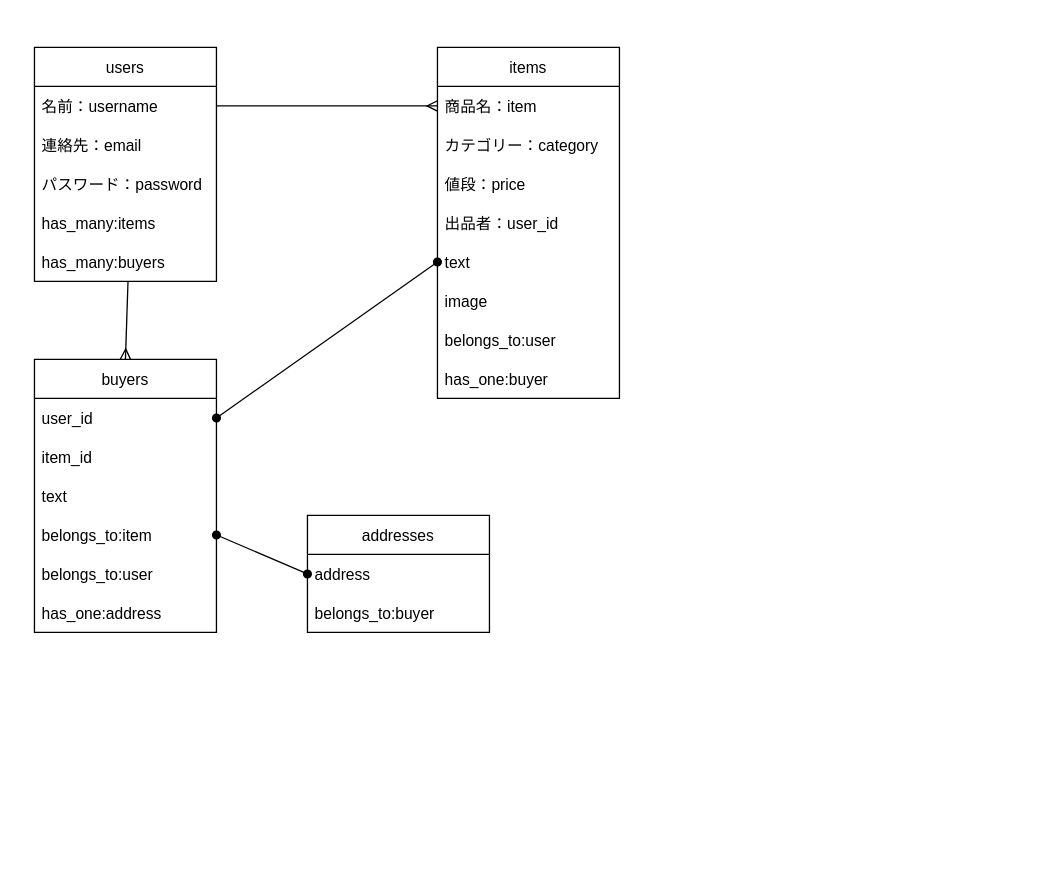
The draw.io diagram test.dio in okanobuchan555/furima-27291, before the edit. Source tidied: cells renumbered, new cells numbered last; positions are measured from the earlier drawing's top-left corner, leaving out a move shared by most shapes. Both pictures are drawn from the tidied source at 130%, with x=0, y=0 at pixel (34, 47).
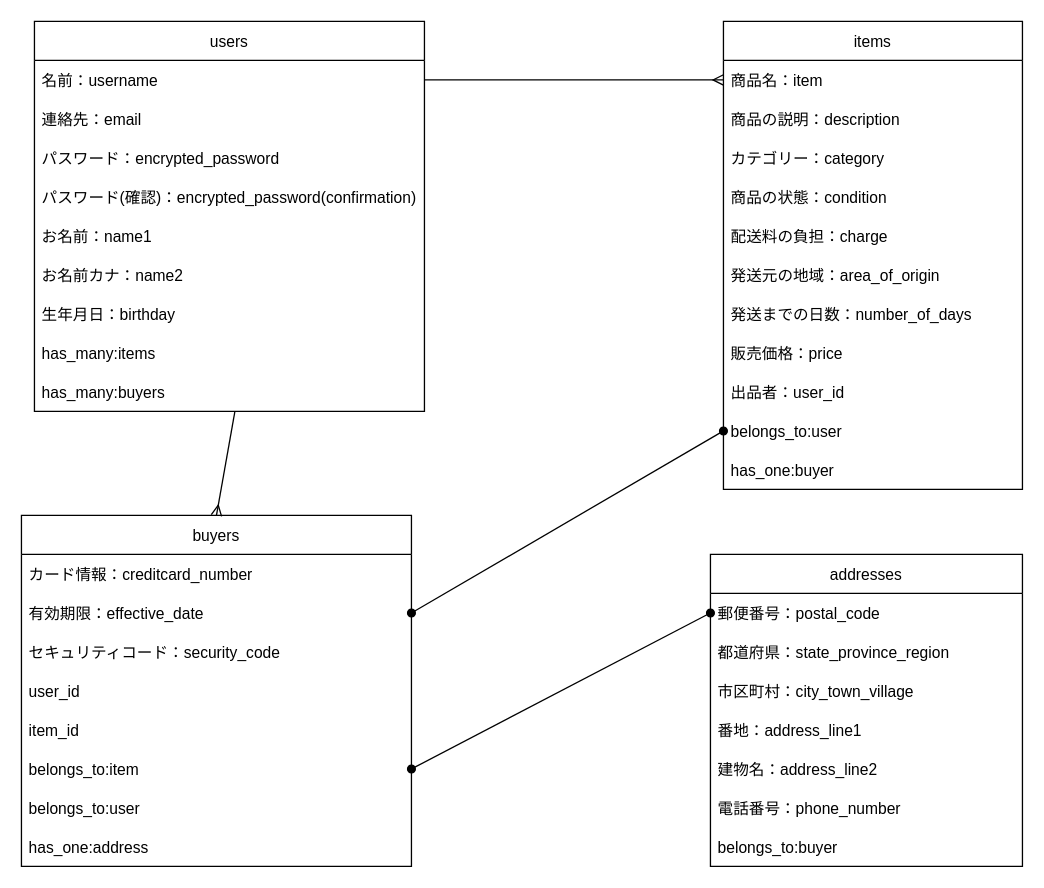
The same diagram, later.

What changed in the source:
```diff
@@
     <mxCell id="2" value="users" style="swimlane;fontStyle=0;horizontal=1;startSize=30;strokeColor=default;" parent="1" vertex="1">
-      <mxGeometry width="140" height="180" as="geometry" />
+      <mxGeometry y="-20" width="300" height="300" as="geometry" />
     </mxCell>
     <mxCell id="3" value="名前：username" style="text;strokeColor=none;fillColor=none;align=left;verticalAlign=middle;spacingLeft=4;spacingRight=4;overflow=hidden;points=[[0,0.5],[1,0.5]];portConstraint=eastwest;" parent="2" vertex="1">
-      <mxGeometry y="30" width="140" height="30" as="geometry" />
+      <mxGeometry y="30" width="300" height="30" as="geometry" />
     </mxCell>
     <mxCell id="4" value="連絡先：email" style="text;strokeColor=none;fillColor=none;align=left;verticalAlign=middle;spacingLeft=4;spacingRight=4;overflow=hidden;" parent="2" vertex="1">
-      <mxGeometry y="60" width="140" height="30" as="geometry" />
+      <mxGeometry y="60" width="300" height="30" as="geometry" />
     </mxCell>
-    <mxCell id="5" value="パスワード：password" style="text;strokeColor=none;fillColor=none;align=left;verticalAlign=middle;spacingLeft=4;spacingRight=4;overflow=hidden;" parent="2" vertex="1">
-      <mxGeometry y="90" width="140" height="30" as="geometry" />
+    <mxCell id="5" value="パスワード：encrypted_password" style="text;strokeColor=none;fillColor=none;align=left;verticalAlign=middle;spacingLeft=4;spacingRight=4;overflow=hidden;" parent="2" vertex="1">
+      <mxGeometry y="90" width="300" height="30" as="geometry" />
     </mxCell>
+    <mxCell id="31" value="パスワード(確認)：encrypted_password(confirmation)" style="text;strokeColor=none;fillColor=none;align=left;verticalAlign=middle;spacingLeft=4;spacingRight=4;overflow=hidden;" parent="2" vertex="1">
+      <mxGeometry y="120" width="300" height="30" as="geometry" />
+    </mxCell>
+    <mxCell id="32" value="お名前：name1" style="text;strokeColor=none;fillColor=none;align=left;verticalAlign=middle;spacingLeft=4;spacingRight=4;overflow=hidden;" parent="2" vertex="1">
+      <mxGeometry y="150" width="300" height="30" as="geometry" />
+    </mxCell>
+    <mxCell id="33" value="お名前カナ：name2" style="text;strokeColor=none;fillColor=none;align=left;verticalAlign=middle;spacingLeft=4;spacingRight=4;overflow=hidden;" parent="2" vertex="1">
+      <mxGeometry y="180" width="300" height="30" as="geometry" />
+    </mxCell>
+    <mxCell id="34" value="生年月日：birthday" style="text;strokeColor=none;fillColor=none;align=left;verticalAlign=middle;spacingLeft=4;spacingRight=4;overflow=hidden;" parent="2" vertex="1">
+      <mxGeometry y="210" width="300" height="30" as="geometry" />
+    </mxCell>
     <mxCell id="6" value="has_many:items" style="text;strokeColor=none;fillColor=none;align=left;verticalAlign=middle;spacingLeft=4;spacingRight=4;overflow=hidden;" parent="2" vertex="1">
-      <mxGeometry y="120" width="140" height="30" as="geometry" />
+      <mxGeometry y="240" width="300" height="30" as="geometry" />
     </mxCell>
     <mxCell id="7" value="has_many:buyers" style="text;strokeColor=none;fillColor=none;align=left;verticalAlign=middle;spacingLeft=4;spacingRight=4;overflow=hidden;points=[[0,0.5],[1,0.5]];portConstraint=eastwest;" parent="2" vertex="1">
-      <mxGeometry y="150" width="140" height="30" as="geometry" />
+      <mxGeometry y="270" width="300" height="30" as="geometry" />
     </mxCell>
     <mxCell id="8" value="buyers" style="swimlane;fontStyle=0;horizontal=1;startSize=30;" parent="1" vertex="1">
-      <mxGeometry y="240" width="140" height="210" as="geometry" />
+      <mxGeometry x="-10" y="360" width="300" height="270" as="geometry" />
     </mxCell>
+    <mxCell id="35" value="カード情報：creditcard_number" style="text;strokeColor=none;fillColor=none;align=left;verticalAlign=middle;spacingLeft=4;spacingRight=4;overflow=hidden;" parent="8" vertex="1">
+      <mxGeometry y="30" width="300" height="30" as="geometry" />
+    </mxCell>
-    <mxCell id="9" value="user_id" style="text;strokeColor=none;fillColor=none;align=left;verticalAlign=middle;spacingLeft=4;spacingRight=4;overflow=hidden;points=[[0,0.5],[1,0.5]];portConstraint=eastwest;" parent="8" vertex="1">
-      <mxGeometry y="30" width="140" height="30" as="geometry" />
+    <mxCell id="9" value="有効期限：effective_date" style="text;strokeColor=none;fillColor=none;align=left;verticalAlign=middle;spacingLeft=4;spacingRight=4;overflow=hidden;points=[[0,0.5],[1,0.5]];portConstraint=eastwest;" parent="8" vertex="1">
+      <mxGeometry y="60" width="300" height="30" as="geometry" />
     </mxCell>
+    <mxCell id="36" value="セキュリティコード：security_code" style="text;strokeColor=none;fillColor=none;align=left;verticalAlign=middle;spacingLeft=4;spacingRight=4;overflow=hidden;" parent="8" vertex="1">
+      <mxGeometry y="90" width="300" height="30" as="geometry" />
+    </mxCell>
+    <mxCell id="37" value="user_id" style="text;strokeColor=none;fillColor=none;align=left;verticalAlign=middle;spacingLeft=4;spacingRight=4;overflow=hidden;" parent="8" vertex="1">
+      <mxGeometry y="120" width="300" height="30" as="geometry" />
+    </mxCell>
     <mxCell id="10" value="item_id" style="text;strokeColor=none;fillColor=none;align=left;verticalAlign=middle;spacingLeft=4;spacingRight=4;overflow=hidden;" parent="8" vertex="1">
-      <mxGeometry y="60" width="140" height="30" as="geometry" />
+      <mxGeometry y="150" width="300" height="30" as="geometry" />
     </mxCell>
-    <mxCell id="11" value="text" style="text;strokeColor=none;fillColor=none;align=left;verticalAlign=middle;spacingLeft=4;spacingRight=4;overflow=hidden;" parent="8" vertex="1">
-      <mxGeometry y="90" width="140" height="30" as="geometry" />
-    </mxCell>
     <mxCell id="12" value="belongs_to:item" style="text;strokeColor=none;fillColor=none;align=left;verticalAlign=middle;spacingLeft=4;spacingRight=4;overflow=hidden;points=[[0,0.5],[1,0.5]];portConstraint=eastwest;" parent="8" vertex="1">
-      <mxGeometry y="120" width="140" height="30" as="geometry" />
+      <mxGeometry y="180" width="300" height="30" as="geometry" />
     </mxCell>
     <mxCell id="13" value="belongs_to:user" style="text;strokeColor=none;fillColor=none;align=left;verticalAlign=middle;spacingLeft=4;spacingRight=4;overflow=hidden;" parent="8" vertex="1">
-      <mxGeometry y="150" width="140" height="30" as="geometry" />
+      <mxGeometry y="210" width="300" height="30" as="geometry" />
     </mxCell>
     <mxCell id="14" value="has_one:address" style="text;strokeColor=none;fillColor=none;align=left;verticalAlign=middle;spacingLeft=4;spacingRight=4;overflow=hidden;" parent="8" vertex="1">
-      <mxGeometry y="180" width="140" height="30" as="geometry" />
+      <mxGeometry y="240" width="300" height="30" as="geometry" />
     </mxCell>
@@
     <mxCell id="16" value="items" style="swimlane;fontStyle=0;horizontal=1;startSize=30;strokeColor=default;" parent="1" vertex="1">
-      <mxGeometry x="310" width="140" height="270" as="geometry" />
+      <mxGeometry x="530" y="-20" width="230" height="360" as="geometry" />
     </mxCell>
     <mxCell id="17" value="商品名：item" style="text;strokeColor=none;fillColor=none;align=left;verticalAlign=middle;spacingLeft=4;spacingRight=4;overflow=hidden;points=[[0,0.5],[1,0.5]];portConstraint=eastwest;" parent="16" vertex="1">
-      <mxGeometry y="30" width="140" height="30" as="geometry" />
+      <mxGeometry y="30" width="230" height="30" as="geometry" />
     </mxCell>
+    <mxCell id="38" value="商品の説明：description" style="text;strokeColor=none;fillColor=none;align=left;verticalAlign=middle;spacingLeft=4;spacingRight=4;overflow=hidden;" parent="16" vertex="1">
+      <mxGeometry y="60" width="230" height="30" as="geometry" />
+    </mxCell>
     <mxCell id="18" value="カテゴリー：category" style="text;strokeColor=none;fillColor=none;align=left;verticalAlign=middle;spacingLeft=4;spacingRight=4;overflow=hidden;" parent="16" vertex="1">
-      <mxGeometry y="60" width="140" height="30" as="geometry" />
+      <mxGeometry y="90" width="230" height="30" as="geometry" />
     </mxCell>
+    <mxCell id="39" value="商品の状態：condition" style="text;strokeColor=none;fillColor=none;align=left;verticalAlign=middle;spacingLeft=4;spacingRight=4;overflow=hidden;" parent="16" vertex="1">
+      <mxGeometry y="120" width="230" height="30" as="geometry" />
+    </mxCell>
+    <mxCell id="40" value="配送料の負担：charge" style="text;strokeColor=none;fillColor=none;align=left;verticalAlign=middle;spacingLeft=4;spacingRight=4;overflow=hidden;" parent="16" vertex="1">
+      <mxGeometry y="150" width="230" height="30" as="geometry" />
+    </mxCell>
+    <mxCell id="41" value="発送元の地域：area_of_origin" style="text;strokeColor=none;fillColor=none;align=left;verticalAlign=middle;spacingLeft=4;spacingRight=4;overflow=hidden;" parent="16" vertex="1">
+      <mxGeometry y="180" width="230" height="30" as="geometry" />
+    </mxCell>
+    <mxCell id="42" value="発送までの日数：number_of_days" style="text;strokeColor=none;fillColor=none;align=left;verticalAlign=middle;spacingLeft=4;spacingRight=4;overflow=hidden;" parent="16" vertex="1">
+      <mxGeometry y="210" width="230" height="30" as="geometry" />
+    </mxCell>
-    <mxCell id="19" value="値段：price" style="text;strokeColor=none;fillColor=none;align=left;verticalAlign=middle;spacingLeft=4;spacingRight=4;overflow=hidden;" parent="16" vertex="1">
-      <mxGeometry y="90" width="140" height="30" as="geometry" />
+    <mxCell id="19" value="販売価格：price" style="text;strokeColor=none;fillColor=none;align=left;verticalAlign=middle;spacingLeft=4;spacingRight=4;overflow=hidden;" parent="16" vertex="1">
+      <mxGeometry y="240" width="230" height="30" as="geometry" />
     </mxCell>
     <mxCell id="20" value="出品者：user_id" style="text;strokeColor=none;fillColor=none;align=left;verticalAlign=middle;spacingLeft=4;spacingRight=4;overflow=hidden;" parent="16" vertex="1">
-      <mxGeometry y="120" width="140" height="30" as="geometry" />
+      <mxGeometry y="270" width="230" height="30" as="geometry" />
     </mxCell>
-    <mxCell id="21" value="text" style="text;strokeColor=none;fillColor=none;align=left;verticalAlign=middle;spacingLeft=4;spacingRight=4;overflow=hidden;points=[[0,0.5],[1,0.5]];portConstraint=eastwest;" parent="16" vertex="1">
-      <mxGeometry y="150" width="140" height="30" as="geometry" />
-    </mxCell>
-    <mxCell id="22" value="image" style="text;strokeColor=none;fillColor=none;align=left;verticalAlign=middle;spacingLeft=4;spacingRight=4;overflow=hidden;" parent="16" vertex="1">
-      <mxGeometry y="180" width="140" height="30" as="geometry" />
-    </mxCell>
     <mxCell id="23" value="belongs_to:user" style="text;strokeColor=none;fillColor=none;align=left;verticalAlign=middle;spacingLeft=4;spacingRight=4;overflow=hidden;" parent="16" vertex="1">
-      <mxGeometry y="210" width="140" height="30" as="geometry" />
+      <mxGeometry y="300" width="230" height="30" as="geometry" />
     </mxCell>
     <mxCell id="24" value="has_one:buyer" style="text;strokeColor=none;fillColor=none;align=left;verticalAlign=middle;spacingLeft=4;spacingRight=4;overflow=hidden;" parent="16" vertex="1">
-      <mxGeometry y="240" width="140" height="30" as="geometry" />
+      <mxGeometry y="330" width="230" height="30" as="geometry" />
     </mxCell>
@@
-    <mxCell id="26" style="edgeStyle=none;html=1;exitX=0;exitY=0.5;exitDx=0;exitDy=0;entryX=1;entryY=0.5;entryDx=0;entryDy=0;endArrow=oval;endFill=1;startArrow=oval;startFill=1;" parent="1" edge="1" source="21" target="9">
-      <mxGeometry relative="1" as="geometry" />
+    <mxCell id="26" style="edgeStyle=none;html=1;exitX=0;exitY=0.5;exitDx=0;exitDy=0;entryX=1;entryY=0.5;entryDx=0;entryDy=0;endArrow=oval;endFill=1;startArrow=oval;startFill=1;" parent="1" edge="1" target="9">
+      <mxGeometry relative="1" as="geometry">
+        <mxPoint x="530" y="295" as="sourcePoint" />
+      </mxGeometry>
     </mxCell>
     <mxCell id="27" value="addresses" style="swimlane;fontStyle=0;horizontal=1;startSize=30;strokeColor=default;" parent="1" vertex="1">
-      <mxGeometry x="210" y="360" width="140" height="90" as="geometry" />
+      <mxGeometry x="520" y="390" width="240" height="240" as="geometry" />
     </mxCell>
-    <mxCell id="28" value="address" style="text;strokeColor=none;fillColor=none;align=left;verticalAlign=middle;spacingLeft=4;spacingRight=4;overflow=hidden;points=[[0,0.5],[1,0.5]];portConstraint=eastwest;" parent="27" vertex="1">
-      <mxGeometry y="30" width="140" height="30" as="geometry" />
+    <mxCell id="28" value="郵便番号：postal_code" style="text;strokeColor=none;fillColor=none;align=left;verticalAlign=middle;spacingLeft=4;spacingRight=4;overflow=hidden;points=[[0,0.5],[1,0.5]];portConstraint=eastwest;" parent="27" vertex="1">
+      <mxGeometry y="30" width="240" height="30" as="geometry" />
     </mxCell>
+    <mxCell id="43" value="都道府県：state_province_region" style="text;strokeColor=none;fillColor=none;align=left;verticalAlign=middle;spacingLeft=4;spacingRight=4;overflow=hidden;" parent="27" vertex="1">
+      <mxGeometry y="60" width="240" height="30" as="geometry" />
+    </mxCell>
+    <mxCell id="44" value="市区町村：city_town_village" style="text;strokeColor=none;fillColor=none;align=left;verticalAlign=middle;spacingLeft=4;spacingRight=4;overflow=hidden;" parent="27" vertex="1">
+      <mxGeometry y="90" width="240" height="30" as="geometry" />
+    </mxCell>
+    <mxCell id="45" value="番地：address_line1" style="text;strokeColor=none;fillColor=none;align=left;verticalAlign=middle;spacingLeft=4;spacingRight=4;overflow=hidden;" parent="27" vertex="1">
+      <mxGeometry y="120" width="240" height="30" as="geometry" />
+    </mxCell>
+    <mxCell id="46" value="建物名：address_line2" style="text;strokeColor=none;fillColor=none;align=left;verticalAlign=middle;spacingLeft=4;spacingRight=4;overflow=hidden;" parent="27" vertex="1">
+      <mxGeometry y="150" width="240" height="30" as="geometry" />
+    </mxCell>
+    <mxCell id="47" value="電話番号：phone_number" style="text;strokeColor=none;fillColor=none;align=left;verticalAlign=middle;spacingLeft=4;spacingRight=4;overflow=hidden;" parent="27" vertex="1">
+      <mxGeometry y="180" width="240" height="30" as="geometry" />
+    </mxCell>
     <mxCell id="29" value="belongs_to:buyer" style="text;strokeColor=none;fillColor=none;align=left;verticalAlign=middle;spacingLeft=4;spacingRight=4;overflow=hidden;" parent="27" vertex="1">
-      <mxGeometry y="60" width="140" height="30" as="geometry" />
+      <mxGeometry y="210" width="240" height="30" as="geometry" />
     </mxCell>
```
